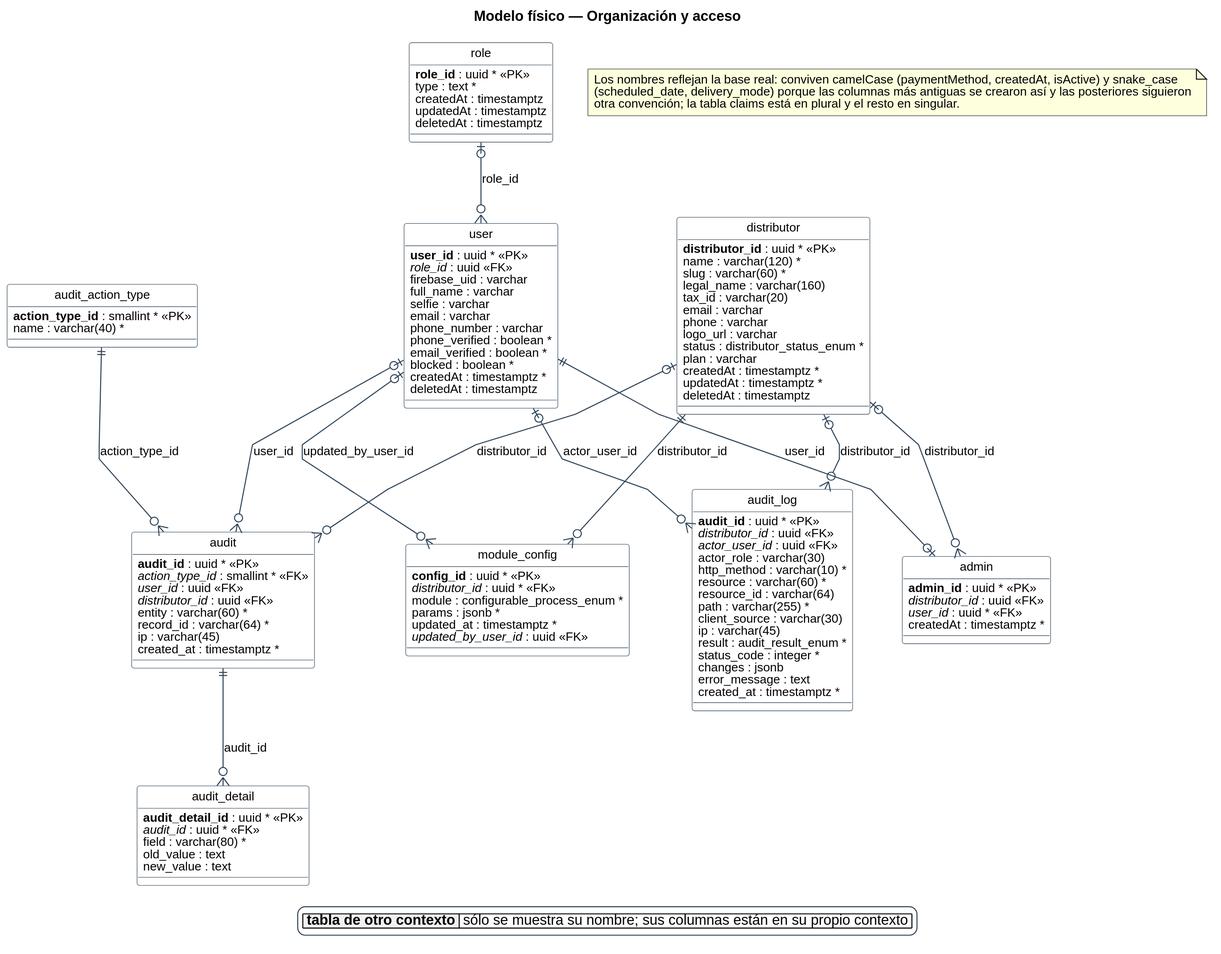
Earlier version of the PlantUML export diagramas/base-de-datos/fisico/SPLG-fisico-01-organizacion-y-acceso.svg (Nahuelito-Dev/splg-docs).
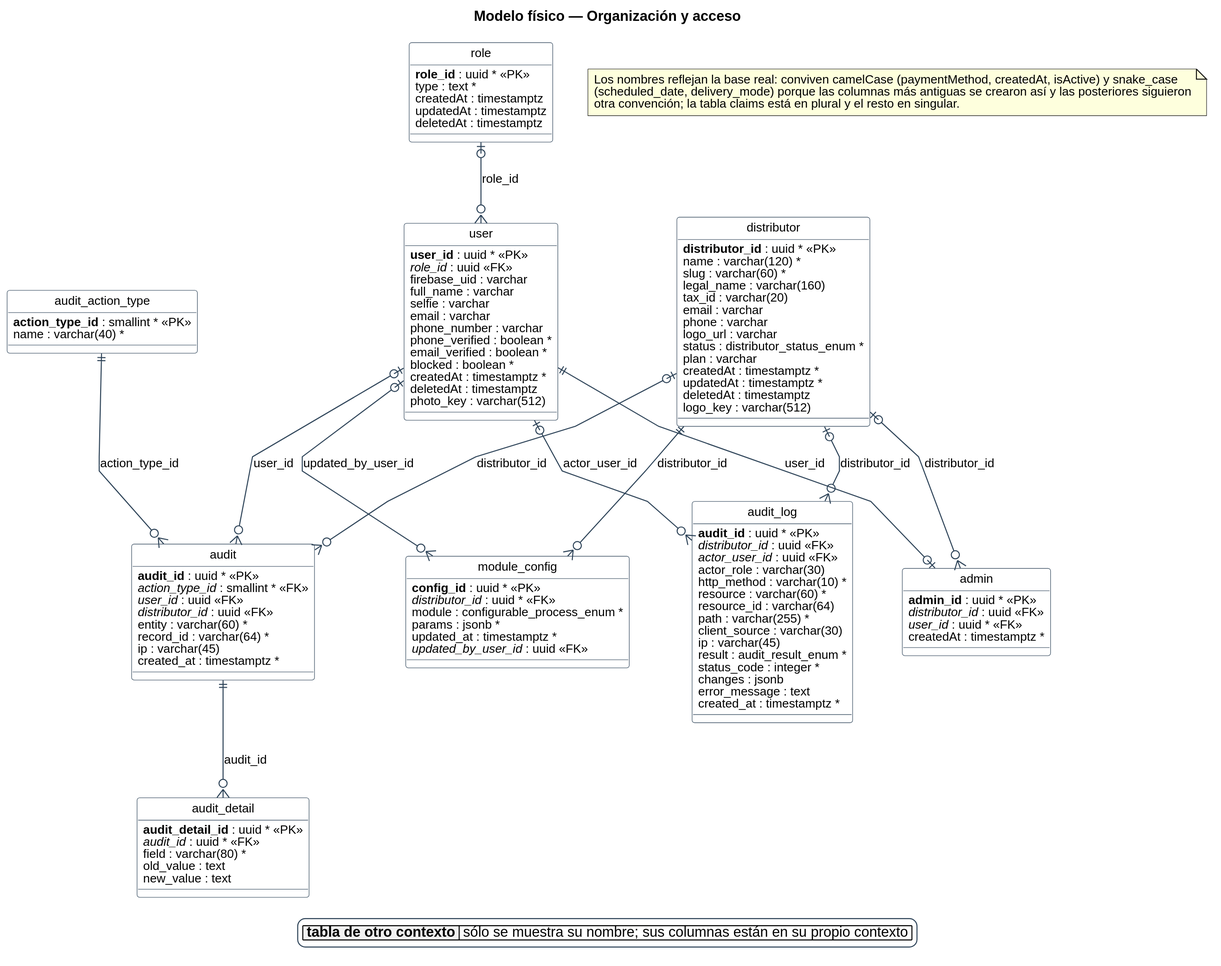
Later version of the same file.

The edit, as a diff of the source:
```diff
@@ -48,6 +48,7 @@
   {field} createdAt : timestamptz *
   {field} updatedAt : timestamptz *
   {field} deletedAt : timestamptz
+  {field} logo_key : varchar(512)
 }
 entity "role" as e_role {
   {field} **role_id** : uuid * <<PK>>
@@ -69,6 +70,7 @@
   {field} blocked : boolean *
   {field} createdAt : timestamptz *
   {field} deletedAt : timestamptz
+  {field} photo_key : varchar(512)
 }
 entity "admin" as e_admin {
   {field} **admin_id** : uuid * <<PK>>
```
